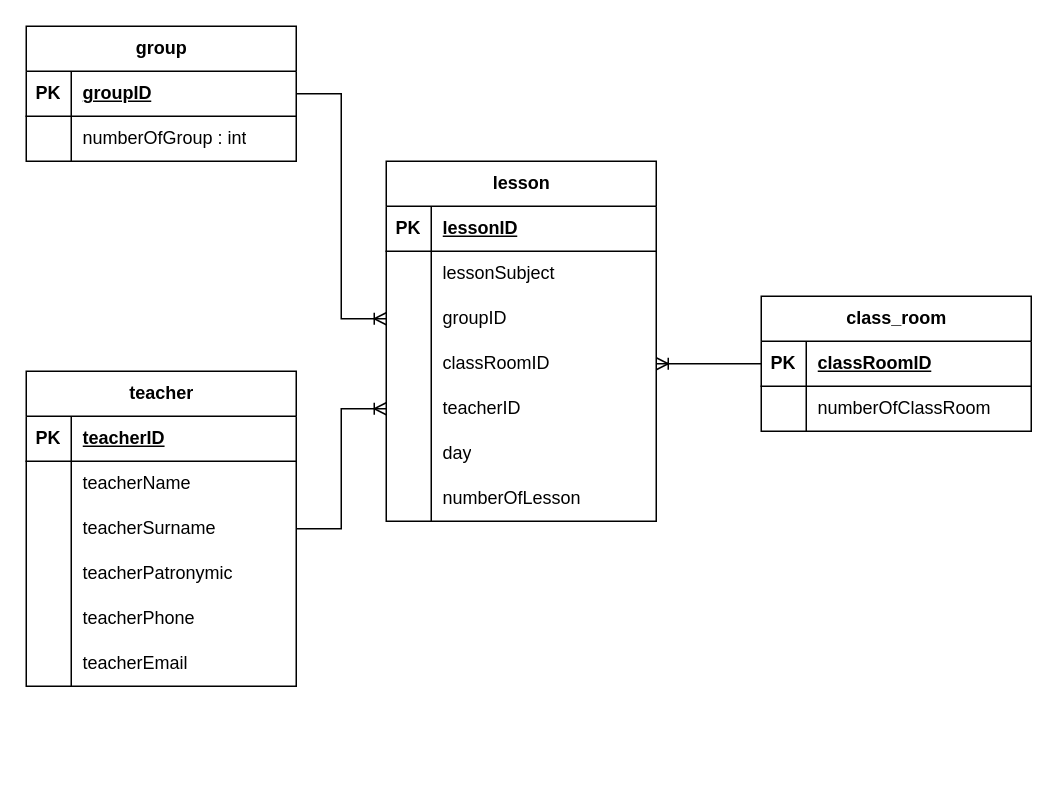
This is page "ER - Diagram" (1 of 2) of doc/time-table.drawio from Ahiru8B/time-table, a draw.io file, before an edit. Source tidied: cells renumbered, new cells numbered last; positions are measured from the earlier drawing's top-left corner, leaving out a move shared by most shapes. Both pictures are drawn from the tidied source at 150%, with x=0, y=0 at pixel (26, 26).
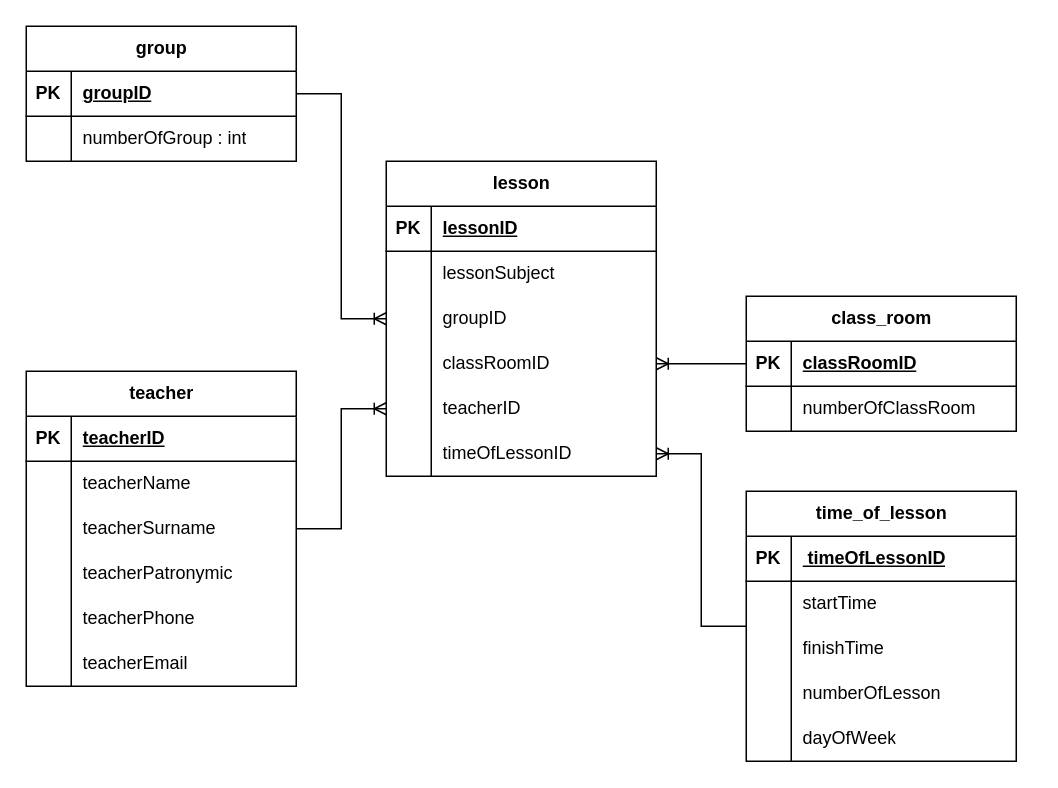
After the change.

Diff of the diagram source:
```diff
@@
     <mxCell id="9" value="class_room" style="shape=table;startSize=30;childLayout=tableLayout;rowLines=0;fontStyle=1;align=center;html=1;" parent="1" vertex="1">
-      <mxGeometry x="490" y="180" width="180" height="90" as="geometry" />
+      <mxGeometry x="480" y="180" width="180" height="90" as="geometry" />
     </mxCell>
@@
     <mxCell id="35" value="lesson" style="shape=table;startSize=30;childLayout=tableLayout;rowLines=0;fontStyle=1;align=center;html=1;" parent="1" vertex="1">
-      <mxGeometry x="240" y="90" width="180" height="240" as="geometry" />
+      <mxGeometry x="240" y="90" width="180" height="210" as="geometry" />
     </mxCell>
@@
-    <mxCell id="51" style="shape=tableRow;horizontal=0;startSize=0;swimlaneHead=0;swimlaneBody=0;fillColor=none;top=0;left=0;right=0;bottom=0;" parent="35" vertex="1">
-      <mxGeometry y="180" width="180" height="30" as="geometry" />
-    </mxCell>
-    <mxCell id="52" style="shape=partialRectangle;fillColor=none;top=0;left=0;bottom=0;right=0;overflow=hidden;whiteSpace=wrap;html=1;" parent="51" vertex="1">
-      <mxGeometry width="30" height="30" as="geometry" />
-    </mxCell>
-    <mxCell id="53" value="day" style="shape=partialRectangle;fillColor=none;top=0;left=0;bottom=0;right=0;align=left;spacingLeft=6;overflow=hidden;whiteSpace=wrap;html=1;" parent="51" vertex="1">
-      <mxGeometry x="30" width="150" height="30" as="geometry" />
-    </mxCell>
     <mxCell id="54" style="shape=tableRow;horizontal=0;startSize=0;swimlaneHead=0;swimlaneBody=0;fillColor=none;points=[[0,0.5],[1,0.5]];portConstraint=eastwest;top=0;left=0;right=0;bottom=0;" parent="35" vertex="1">
-      <mxGeometry y="210" width="180" height="30" as="geometry" />
+      <mxGeometry y="180" width="180" height="30" as="geometry" />
     </mxCell>
@@
-    <mxCell id="56" value="numberOfLesson" style="shape=partialRectangle;fillColor=none;top=0;left=0;bottom=0;right=0;align=left;spacingLeft=6;overflow=hidden;whiteSpace=wrap;html=1;" parent="54" vertex="1">
+    <mxCell id="56" value="timeOfLessonID" style="shape=partialRectangle;fillColor=none;top=0;left=0;bottom=0;right=0;align=left;spacingLeft=6;overflow=hidden;whiteSpace=wrap;html=1;" parent="54" vertex="1">
       <mxGeometry x="30" width="150" height="30" as="geometry" />
     </mxCell>
@@
+    <mxCell id="60" value="time_of_lesson" style="shape=table;startSize=30;childLayout=tableLayout;rowLines=0;fontStyle=1;align=center;html=1;" parent="1" vertex="1">
+      <mxGeometry x="480" y="310" width="180" height="180" as="geometry" />
+    </mxCell>
+    <mxCell id="61" style="shape=tableRow;horizontal=0;startSize=0;swimlaneHead=0;swimlaneBody=0;fillColor=none;top=0;left=0;right=0;bottom=1;" parent="60" vertex="1">
+      <mxGeometry y="30" width="180" height="30" as="geometry" />
+    </mxCell>
+    <mxCell id="62" value="PK" style="shape=partialRectangle;fillColor=none;top=0;left=0;bottom=0;right=0;fontStyle=1;overflow=hidden;whiteSpace=wrap;html=1;" parent="61" vertex="1">
+      <mxGeometry width="30" height="30" as="geometry" />
+    </mxCell>
+    <mxCell id="63" value="&amp;nbsp;timeOfLessonID" style="shape=partialRectangle;fillColor=none;top=0;left=0;bottom=0;right=0;align=left;spacingLeft=6;fontStyle=5;overflow=hidden;whiteSpace=wrap;html=1;" parent="61" vertex="1">
+      <mxGeometry x="30" width="150" height="30" as="geometry" />
+    </mxCell>
+    <mxCell id="64" style="shape=tableRow;horizontal=0;startSize=0;swimlaneHead=0;swimlaneBody=0;fillColor=none;top=0;left=0;right=0;bottom=0;" parent="60" vertex="1">
+      <mxGeometry y="60" width="180" height="30" as="geometry" />
+    </mxCell>
+    <mxCell id="65" style="shape=partialRectangle;fillColor=none;top=0;left=0;bottom=0;right=0;overflow=hidden;whiteSpace=wrap;html=1;" parent="64" vertex="1">
+      <mxGeometry width="30" height="30" as="geometry" />
+    </mxCell>
+    <mxCell id="66" value="startTime" style="shape=partialRectangle;fillColor=none;top=0;left=0;bottom=0;right=0;align=left;spacingLeft=6;overflow=hidden;whiteSpace=wrap;html=1;" parent="64" vertex="1">
+      <mxGeometry x="30" width="150" height="30" as="geometry" />
+    </mxCell>
+    <mxCell id="67" style="shape=tableRow;horizontal=0;startSize=0;swimlaneHead=0;swimlaneBody=0;fillColor=none;top=0;left=0;right=0;bottom=0;" parent="60" vertex="1">
+      <mxGeometry y="90" width="180" height="30" as="geometry" />
+    </mxCell>
+    <mxCell id="68" style="shape=partialRectangle;fillColor=none;top=0;left=0;bottom=0;right=0;overflow=hidden;whiteSpace=wrap;html=1;" parent="67" vertex="1">
+      <mxGeometry width="30" height="30" as="geometry" />
+    </mxCell>
+    <mxCell id="69" value="finishTime" style="shape=partialRectangle;fillColor=none;top=0;left=0;bottom=0;right=0;align=left;spacingLeft=6;overflow=hidden;whiteSpace=wrap;html=1;" parent="67" vertex="1">
+      <mxGeometry x="30" width="150" height="30" as="geometry" />
+    </mxCell>
+    <mxCell id="70" style="shape=tableRow;horizontal=0;startSize=0;swimlaneHead=0;swimlaneBody=0;fillColor=none;top=0;left=0;right=0;bottom=0;" parent="60" vertex="1">
+      <mxGeometry y="120" width="180" height="30" as="geometry" />
+    </mxCell>
+    <mxCell id="71" style="shape=partialRectangle;fillColor=none;top=0;left=0;bottom=0;right=0;overflow=hidden;whiteSpace=wrap;html=1;" parent="70" vertex="1">
+      <mxGeometry width="30" height="30" as="geometry" />
+    </mxCell>
+    <mxCell id="72" value="numberOfLesson" style="shape=partialRectangle;fillColor=none;top=0;left=0;bottom=0;right=0;align=left;spacingLeft=6;overflow=hidden;whiteSpace=wrap;html=1;" parent="70" vertex="1">
+      <mxGeometry x="30" width="150" height="30" as="geometry" />
+    </mxCell>
+    <mxCell id="73" style="shape=tableRow;horizontal=0;startSize=0;swimlaneHead=0;swimlaneBody=0;fillColor=none;top=0;left=0;right=0;bottom=0;" parent="60" vertex="1">
+      <mxGeometry y="150" width="180" height="30" as="geometry" />
+    </mxCell>
+    <mxCell id="74" style="shape=partialRectangle;fillColor=none;top=0;left=0;bottom=0;right=0;overflow=hidden;whiteSpace=wrap;html=1;" parent="73" vertex="1">
+      <mxGeometry width="30" height="30" as="geometry" />
+    </mxCell>
+    <mxCell id="75" value="dayOfWeek" style="shape=partialRectangle;fillColor=none;top=0;left=0;bottom=0;right=0;align=left;spacingLeft=6;overflow=hidden;whiteSpace=wrap;html=1;" parent="73" vertex="1">
+      <mxGeometry x="30" width="150" height="30" as="geometry" />
+    </mxCell>
+    <mxCell id="76" style="edgeStyle=entityRelationEdgeStyle;fontSize=12;html=1;endArrow=ERoneToMany;rounded=0;" parent="1" edge="1" source="60" target="54">
+      <mxGeometry relative="1" as="geometry" />
+    </mxCell>
```
